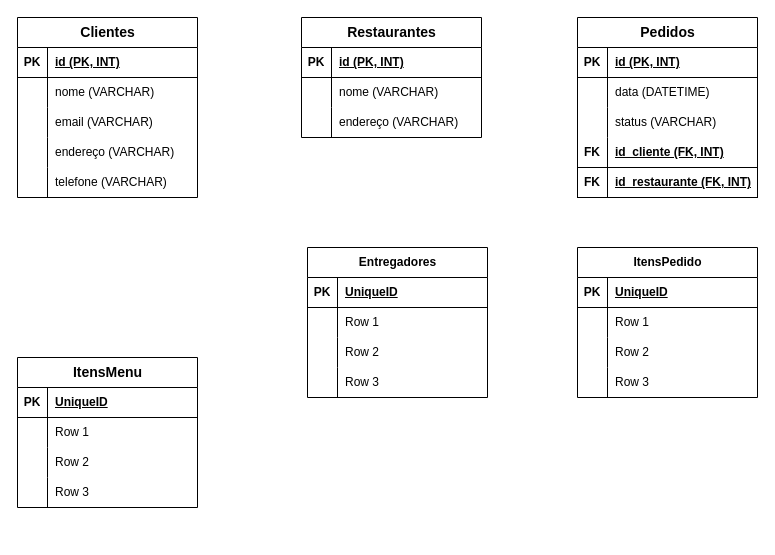
Earlier version of the draw.io diagram Diagrama Entidade-Relacionamento (DER) Físico.drawio (lrlacerda/Logica-de-Programacao-Pratica). Source tidied: cells renumbered, new cells numbered last; positions are measured from the earlier drawing's top-left corner, leaving out a move shared by most shapes. Both pictures are drawn from the tidied source at 100%, with x=0, y=0 at pixel (17, 17).
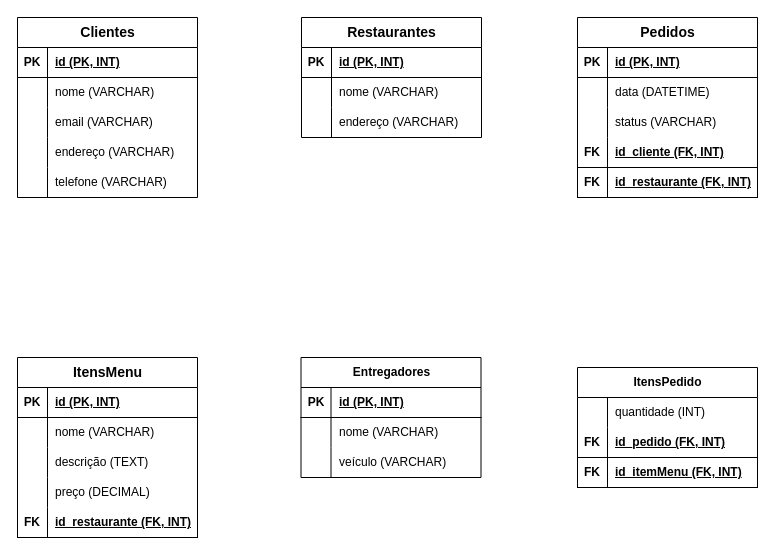
After the change.

The change refers to these unchanged cells:
```xml
<mxCell id="45" style="shape=tableRow;horizontal=0;startSize=0;swimlaneHead=0;swimlaneBody=0;fillColor=none;top=0;left=0;right=0;bottom=1;" parent="44" vertex="1">
  <mxGeometry y="30" width="180" height="30" as="geometry" />
</mxCell>
<mxCell id="48" style="shape=tableRow;horizontal=0;startSize=0;swimlaneHead=0;swimlaneBody=0;fillColor=none;top=0;left=0;right=0;bottom=0;" parent="44" vertex="1">
  <mxGeometry y="60" width="180" height="30" as="geometry" />
</mxCell>
<mxCell id="51" style="shape=tableRow;horizontal=0;startSize=0;swimlaneHead=0;swimlaneBody=0;fillColor=none;top=0;left=0;right=0;bottom=0;" parent="44" vertex="1">
  <mxGeometry y="90" width="180" height="30" as="geometry" />
</mxCell>
<mxCell id="58" style="shape=tableRow;horizontal=0;startSize=0;swimlaneHead=0;swimlaneBody=0;fillColor=none;top=0;left=0;right=0;bottom=1;" parent="57" vertex="1">
  <mxGeometry y="30" width="180" height="30" as="geometry" />
</mxCell>
<mxCell id="61" style="shape=tableRow;horizontal=0;startSize=0;swimlaneHead=0;swimlaneBody=0;fillColor=none;top=0;left=0;right=0;bottom=0;" parent="57" vertex="1">
  <mxGeometry y="60" width="180" height="30" as="geometry" />
</mxCell>
<mxCell id="64" style="shape=tableRow;horizontal=0;startSize=0;swimlaneHead=0;swimlaneBody=0;fillColor=none;top=0;left=0;right=0;bottom=0;" parent="57" vertex="1">
  <mxGeometry y="90" width="180" height="30" as="geometry" />
</mxCell>
<mxCell id="67" style="shape=tableRow;horizontal=0;startSize=0;swimlaneHead=0;swimlaneBody=0;fillColor=none;top=0;left=0;right=0;bottom=0;" parent="57" vertex="1">
  <mxGeometry y="120" width="180" height="30" as="geometry" />
</mxCell>
```

Diff of the diagram source:
```diff
@@
     <mxCell id="44" value="Entregadores" style="shape=table;startSize=30;childLayout=tableLayout;rowLines=0;fontStyle=1;align=center;html=1;" parent="1" vertex="1">
-      <mxGeometry x="290" y="230" width="180" height="150" as="geometry" />
+      <mxGeometry x="283.5" y="340" width="180" height="120" as="geometry" />
     </mxCell>
@@
-    <mxCell id="47" value="UniqueID" style="shape=partialRectangle;fillColor=none;top=0;left=0;bottom=0;right=0;align=left;spacingLeft=6;fontStyle=5;overflow=hidden;whiteSpace=wrap;html=1;" parent="45" vertex="1">
+    <mxCell id="47" value="id (PK, INT)" style="shape=partialRectangle;fillColor=none;top=0;left=0;bottom=0;right=0;align=left;spacingLeft=6;fontStyle=5;overflow=hidden;whiteSpace=wrap;html=1;" parent="45" vertex="1">
       <mxGeometry x="30" width="150" height="30" as="geometry" />
     </mxCell>
@@
-    <mxCell id="50" value="Row 1" style="shape=partialRectangle;fillColor=none;top=0;left=0;bottom=0;right=0;align=left;spacingLeft=6;overflow=hidden;whiteSpace=wrap;html=1;" parent="48" vertex="1">
+    <mxCell id="50" value="nome (VARCHAR)" style="shape=partialRectangle;fillColor=none;top=0;left=0;bottom=0;right=0;align=left;spacingLeft=6;overflow=hidden;whiteSpace=wrap;html=1;" parent="48" vertex="1">
       <mxGeometry x="30" width="150" height="30" as="geometry" />
     </mxCell>
@@
-    <mxCell id="53" value="Row 2" style="shape=partialRectangle;fillColor=none;top=0;left=0;bottom=0;right=0;align=left;spacingLeft=6;overflow=hidden;whiteSpace=wrap;html=1;" parent="51" vertex="1">
+    <mxCell id="53" value="veículo (VARCHAR)" style="shape=partialRectangle;fillColor=none;top=0;left=0;bottom=0;right=0;align=left;spacingLeft=6;overflow=hidden;whiteSpace=wrap;html=1;" parent="51" vertex="1">
       <mxGeometry x="30" width="150" height="30" as="geometry" />
     </mxCell>
-    <mxCell id="54" style="shape=tableRow;horizontal=0;startSize=0;swimlaneHead=0;swimlaneBody=0;fillColor=none;top=0;left=0;right=0;bottom=0;" parent="44" vertex="1">
-      <mxGeometry y="120" width="180" height="30" as="geometry" />
-    </mxCell>
-    <mxCell id="55" style="shape=partialRectangle;fillColor=none;top=0;left=0;bottom=0;right=0;overflow=hidden;whiteSpace=wrap;html=1;" parent="54" vertex="1">
-      <mxGeometry width="30" height="30" as="geometry" />
-    </mxCell>
-    <mxCell id="56" value="Row 3" style="shape=partialRectangle;fillColor=none;top=0;left=0;bottom=0;right=0;align=left;spacingLeft=6;overflow=hidden;whiteSpace=wrap;html=1;" parent="54" vertex="1">
-      <mxGeometry x="30" width="150" height="30" as="geometry" />
-    </mxCell>
     <mxCell id="57" value="&lt;font style=&quot;font-size: 14px;&quot;&gt;ItensMenu&lt;/font&gt;" style="shape=table;startSize=30;childLayout=tableLayout;rowLines=0;fontStyle=1;align=center;html=1;" parent="1" vertex="1">
-      <mxGeometry y="340" width="180" height="150" as="geometry" />
+      <mxGeometry y="340" width="180" height="180" as="geometry" />
     </mxCell>
@@
-    <mxCell id="60" value="UniqueID" style="shape=partialRectangle;fillColor=none;top=0;left=0;bottom=0;right=0;align=left;spacingLeft=6;fontStyle=5;overflow=hidden;whiteSpace=wrap;html=1;" parent="58" vertex="1">
+    <mxCell id="60" value="id (PK, INT)" style="shape=partialRectangle;fillColor=none;top=0;left=0;bottom=0;right=0;align=left;spacingLeft=6;fontStyle=5;overflow=hidden;whiteSpace=wrap;html=1;" parent="58" vertex="1">
       <mxGeometry x="30" width="150" height="30" as="geometry" />
     </mxCell>
@@
-    <mxCell id="63" value="Row 1" style="shape=partialRectangle;fillColor=none;top=0;left=0;bottom=0;right=0;align=left;spacingLeft=6;overflow=hidden;whiteSpace=wrap;html=1;" parent="61" vertex="1">
+    <mxCell id="63" value="nome (VARCHAR)" style="shape=partialRectangle;fillColor=none;top=0;left=0;bottom=0;right=0;align=left;spacingLeft=6;overflow=hidden;whiteSpace=wrap;html=1;" parent="61" vertex="1">
       <mxGeometry x="30" width="150" height="30" as="geometry" />
     </mxCell>
@@
-    <mxCell id="66" value="Row 2" style="shape=partialRectangle;fillColor=none;top=0;left=0;bottom=0;right=0;align=left;spacingLeft=6;overflow=hidden;whiteSpace=wrap;html=1;" parent="64" vertex="1">
+    <mxCell id="66" value="descrição (TEXT)" style="shape=partialRectangle;fillColor=none;top=0;left=0;bottom=0;right=0;align=left;spacingLeft=6;overflow=hidden;whiteSpace=wrap;html=1;" parent="64" vertex="1">
       <mxGeometry x="30" width="150" height="30" as="geometry" />
     </mxCell>
@@
-    <mxCell id="69" value="Row 3" style="shape=partialRectangle;fillColor=none;top=0;left=0;bottom=0;right=0;align=left;spacingLeft=6;overflow=hidden;whiteSpace=wrap;html=1;" parent="67" vertex="1">
+    <mxCell id="69" value="preço (DECIMAL)" style="shape=partialRectangle;fillColor=none;top=0;left=0;bottom=0;right=0;align=left;spacingLeft=6;overflow=hidden;whiteSpace=wrap;html=1;" parent="67" vertex="1">
       <mxGeometry x="30" width="150" height="30" as="geometry" />
     </mxCell>
+    <mxCell id="83" style="shape=tableRow;horizontal=0;startSize=0;swimlaneHead=0;swimlaneBody=0;fillColor=none;top=0;left=0;right=0;bottom=1;" parent="57" vertex="1">
+      <mxGeometry y="150" width="180" height="30" as="geometry" />
+    </mxCell>
+    <mxCell id="84" value="FK" style="shape=partialRectangle;fillColor=none;top=0;left=0;bottom=0;right=0;fontStyle=1;overflow=hidden;whiteSpace=wrap;html=1;" parent="83" vertex="1">
+      <mxGeometry width="30" height="30" as="geometry" />
+    </mxCell>
+    <mxCell id="85" value="id_restaurante (FK, INT)" style="shape=partialRectangle;fillColor=none;top=0;left=0;bottom=0;right=0;align=left;spacingLeft=6;fontStyle=5;overflow=hidden;whiteSpace=wrap;html=1;" parent="83" vertex="1">
+      <mxGeometry x="30" width="150" height="30" as="geometry" />
+    </mxCell>
     <mxCell id="70" value="ItensPedido" style="shape=table;startSize=30;childLayout=tableLayout;rowLines=0;fontStyle=1;align=center;html=1;" parent="1" vertex="1">
-      <mxGeometry x="560" y="230" width="180" height="150" as="geometry" />
+      <mxGeometry x="560" y="350" width="180" height="120" as="geometry" />
     </mxCell>
-    <mxCell id="71" style="shape=tableRow;horizontal=0;startSize=0;swimlaneHead=0;swimlaneBody=0;fillColor=none;top=0;left=0;right=0;bottom=1;" parent="70" vertex="1">
-      <mxGeometry y="30" width="180" height="30" as="geometry" />
-    </mxCell>
-    <mxCell id="72" value="PK" style="shape=partialRectangle;fillColor=none;top=0;left=0;bottom=0;right=0;fontStyle=1;overflow=hidden;whiteSpace=wrap;html=1;" parent="71" vertex="1">
-      <mxGeometry width="30" height="30" as="geometry" />
-    </mxCell>
-    <mxCell id="73" value="UniqueID" style="shape=partialRectangle;fillColor=none;top=0;left=0;bottom=0;right=0;align=left;spacingLeft=6;fontStyle=5;overflow=hidden;whiteSpace=wrap;html=1;" parent="71" vertex="1">
-      <mxGeometry x="30" width="150" height="30" as="geometry" />
-    </mxCell>
     <mxCell id="74" style="shape=tableRow;horizontal=0;startSize=0;swimlaneHead=0;swimlaneBody=0;fillColor=none;top=0;left=0;right=0;bottom=0;" parent="70" vertex="1">
-      <mxGeometry y="60" width="180" height="30" as="geometry" />
+      <mxGeometry y="30" width="180" height="30" as="geometry" />
     </mxCell>
@@
-    <mxCell id="76" value="Row 1" style="shape=partialRectangle;fillColor=none;top=0;left=0;bottom=0;right=0;align=left;spacingLeft=6;overflow=hidden;whiteSpace=wrap;html=1;" parent="74" vertex="1">
+    <mxCell id="76" value="quantidade (INT)" style="shape=partialRectangle;fillColor=none;top=0;left=0;bottom=0;right=0;align=left;spacingLeft=6;overflow=hidden;whiteSpace=wrap;html=1;" parent="74" vertex="1">
       <mxGeometry x="30" width="150" height="30" as="geometry" />
     </mxCell>
-    <mxCell id="77" style="shape=tableRow;horizontal=0;startSize=0;swimlaneHead=0;swimlaneBody=0;fillColor=none;top=0;left=0;right=0;bottom=0;" parent="70" vertex="1">
-      <mxGeometry y="90" width="180" height="30" as="geometry" />
-    </mxCell>
-    <mxCell id="78" style="shape=partialRectangle;fillColor=none;top=0;left=0;bottom=0;right=0;overflow=hidden;whiteSpace=wrap;html=1;" parent="77" vertex="1">
-      <mxGeometry width="30" height="30" as="geometry" />
-    </mxCell>
-    <mxCell id="79" value="Row 2" style="shape=partialRectangle;fillColor=none;top=0;left=0;bottom=0;right=0;align=left;spacingLeft=6;overflow=hidden;whiteSpace=wrap;html=1;" parent="77" vertex="1">
-      <mxGeometry x="30" width="150" height="30" as="geometry" />
-    </mxCell>
-    <mxCell id="80" style="shape=tableRow;horizontal=0;startSize=0;swimlaneHead=0;swimlaneBody=0;fillColor=none;top=0;left=0;right=0;bottom=0;" parent="70" vertex="1">
-      <mxGeometry y="120" width="180" height="30" as="geometry" />
-    </mxCell>
-    <mxCell id="81" style="shape=partialRectangle;fillColor=none;top=0;left=0;bottom=0;right=0;overflow=hidden;whiteSpace=wrap;html=1;" parent="80" vertex="1">
-      <mxGeometry width="30" height="30" as="geometry" />
-    </mxCell>
-    <mxCell id="82" value="Row 3" style="shape=partialRectangle;fillColor=none;top=0;left=0;bottom=0;right=0;align=left;spacingLeft=6;overflow=hidden;whiteSpace=wrap;html=1;" parent="80" vertex="1">
-      <mxGeometry x="30" width="150" height="30" as="geometry" />
-    </mxCell>
+    <mxCell id="86" style="shape=tableRow;horizontal=0;startSize=0;swimlaneHead=0;swimlaneBody=0;fillColor=none;top=0;left=0;right=0;bottom=1;" parent="70" vertex="1">
+      <mxGeometry y="60" width="180" height="30" as="geometry" />
+    </mxCell>
+    <mxCell id="87" value="FK" style="shape=partialRectangle;fillColor=none;top=0;left=0;bottom=0;right=0;fontStyle=1;overflow=hidden;whiteSpace=wrap;html=1;" parent="86" vertex="1">
+      <mxGeometry width="30" height="30" as="geometry" />
+    </mxCell>
+    <mxCell id="88" value="id_pedido (FK, INT)" style="shape=partialRectangle;fillColor=none;top=0;left=0;bottom=0;right=0;align=left;spacingLeft=6;fontStyle=5;overflow=hidden;whiteSpace=wrap;html=1;" parent="86" vertex="1">
+      <mxGeometry x="30" width="150" height="30" as="geometry" />
+    </mxCell>
+    <mxCell id="89" style="shape=tableRow;horizontal=0;startSize=0;swimlaneHead=0;swimlaneBody=0;fillColor=none;top=0;left=0;right=0;bottom=1;" parent="70" vertex="1">
+      <mxGeometry y="90" width="180" height="30" as="geometry" />
+    </mxCell>
+    <mxCell id="90" value="FK" style="shape=partialRectangle;fillColor=none;top=0;left=0;bottom=0;right=0;fontStyle=1;overflow=hidden;whiteSpace=wrap;html=1;" parent="89" vertex="1">
+      <mxGeometry width="30" height="30" as="geometry" />
+    </mxCell>
+    <mxCell id="91" value="id_itemMenu (FK, INT)" style="shape=partialRectangle;fillColor=none;top=0;left=0;bottom=0;right=0;align=left;spacingLeft=6;fontStyle=5;overflow=hidden;whiteSpace=wrap;html=1;" parent="89" vertex="1">
+      <mxGeometry x="30" width="150" height="30" as="geometry" />
+    </mxCell>
```
